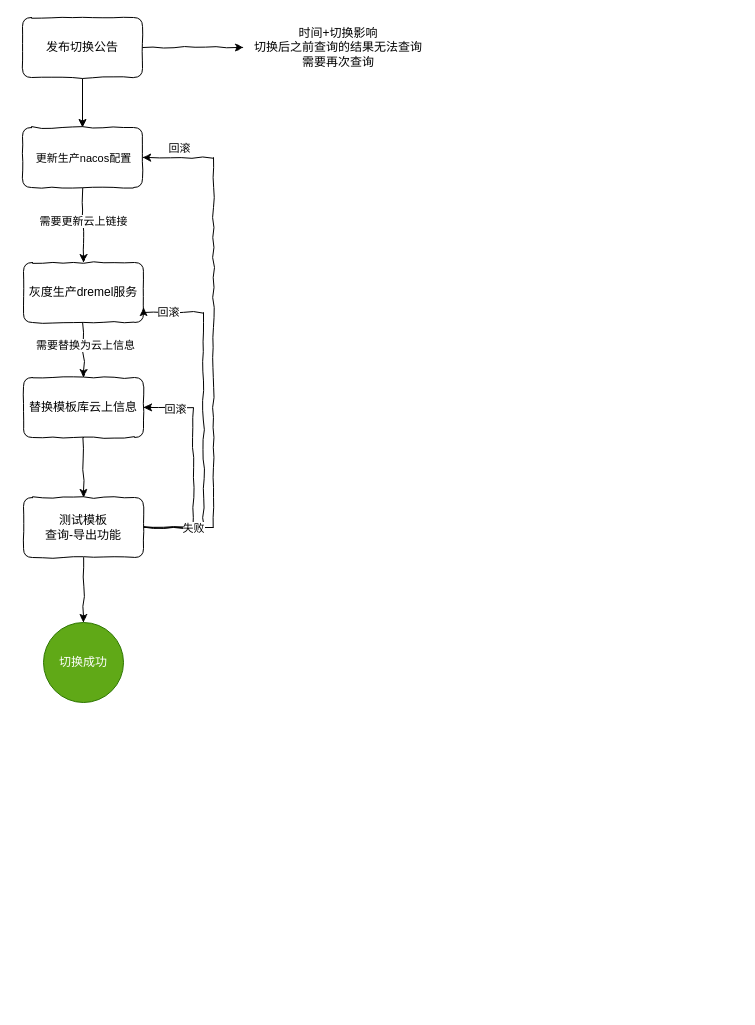
This is src/模版切换.drawio from lillcol/diagrams, a draw.io file, before an edit. Source tidied: cells renumbered, new cells numbered last; positions are measured from the earlier drawing's top-left corner, leaving out a move shared by most shapes. Both pictures are drawn from the tidied source at 100%, with x=0, y=0 at pixel (22, 17).
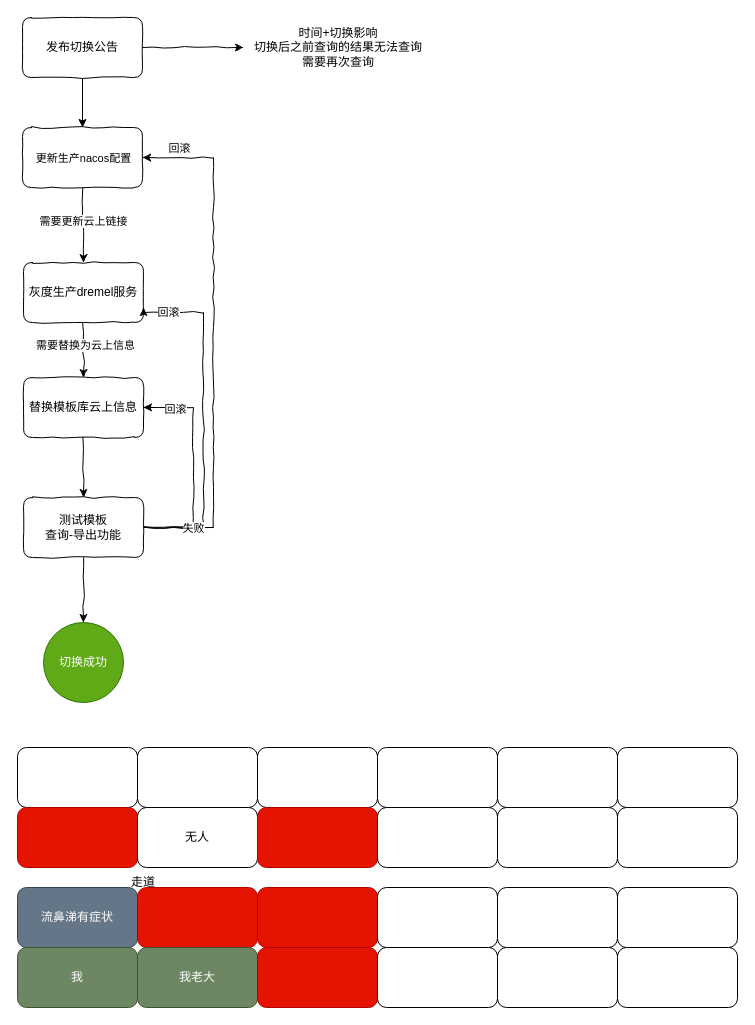
The same diagram, later.

Commit message:
更新模版切换.drawio

The edit, as a diff of the source:
```diff
@@
+    <mxCell id="25" value="流鼻涕有症状" style="rounded=1;whiteSpace=wrap;html=1;fillColor=#647687;fontColor=#ffffff;strokeColor=#314354;" parent="1" vertex="1">
+      <mxGeometry x="-5" y="870" width="120" height="60" as="geometry" />
+    </mxCell>
+    <mxCell id="26" value="我" style="rounded=1;whiteSpace=wrap;html=1;fillColor=#6d8764;fontColor=#ffffff;strokeColor=#3A5431;" parent="1" vertex="1">
+      <mxGeometry x="-5" y="930" width="120" height="60" as="geometry" />
+    </mxCell>
+    <mxCell id="27" style="rounded=1;whiteSpace=wrap;html=1;fillColor=#e51400;fontColor=#ffffff;strokeColor=#B20000;" parent="1" vertex="1">
+      <mxGeometry x="115" y="870" width="120" height="60" as="geometry" />
+    </mxCell>
+    <mxCell id="28" value="我老大" style="rounded=1;whiteSpace=wrap;html=1;fillColor=#6d8764;fontColor=#ffffff;strokeColor=#3A5431;" parent="1" vertex="1">
+      <mxGeometry x="115" y="930" width="120" height="60" as="geometry" />
+    </mxCell>
+    <mxCell id="29" style="rounded=1;whiteSpace=wrap;html=1;fillColor=#e51400;fontColor=#ffffff;strokeColor=#B20000;" parent="1" vertex="1">
+      <mxGeometry x="235" y="870" width="120" height="60" as="geometry" />
+    </mxCell>
+    <mxCell id="30" style="rounded=1;whiteSpace=wrap;html=1;fillColor=#e51400;fontColor=#ffffff;strokeColor=#B20000;" parent="1" vertex="1">
+      <mxGeometry x="235" y="930" width="120" height="60" as="geometry" />
+    </mxCell>
+    <mxCell id="31" style="rounded=1;whiteSpace=wrap;html=1;" parent="1" vertex="1">
+      <mxGeometry x="-5" y="730" width="120" height="60" as="geometry" />
+    </mxCell>
+    <mxCell id="32" style="rounded=1;whiteSpace=wrap;html=1;fillColor=#e51400;fontColor=#ffffff;strokeColor=#B20000;" parent="1" vertex="1">
+      <mxGeometry x="-5" y="790" width="120" height="60" as="geometry" />
+    </mxCell>
+    <mxCell id="33" style="rounded=1;whiteSpace=wrap;html=1;" parent="1" vertex="1">
+      <mxGeometry x="115" y="730" width="120" height="60" as="geometry" />
+    </mxCell>
+    <mxCell id="34" value="无人" style="rounded=1;whiteSpace=wrap;html=1;" parent="1" vertex="1">
+      <mxGeometry x="115" y="790" width="120" height="60" as="geometry" />
+    </mxCell>
+    <mxCell id="35" style="rounded=1;whiteSpace=wrap;html=1;" parent="1" vertex="1">
+      <mxGeometry x="235" y="730" width="120" height="60" as="geometry" />
+    </mxCell>
+    <mxCell id="36" style="rounded=1;whiteSpace=wrap;html=1;fillColor=#e51400;fontColor=#ffffff;strokeColor=#B20000;" parent="1" vertex="1">
+      <mxGeometry x="235" y="790" width="120" height="60" as="geometry" />
+    </mxCell>
+    <mxCell id="37" style="rounded=1;whiteSpace=wrap;html=1;" parent="1" vertex="1">
+      <mxGeometry x="355" y="870" width="120" height="60" as="geometry" />
+    </mxCell>
+    <mxCell id="38" style="rounded=1;whiteSpace=wrap;html=1;" parent="1" vertex="1">
+      <mxGeometry x="355" y="930" width="120" height="60" as="geometry" />
+    </mxCell>
+    <mxCell id="39" style="rounded=1;whiteSpace=wrap;html=1;" parent="1" vertex="1">
+      <mxGeometry x="475" y="870" width="120" height="60" as="geometry" />
+    </mxCell>
+    <mxCell id="40" style="rounded=1;whiteSpace=wrap;html=1;" parent="1" vertex="1">
+      <mxGeometry x="475" y="930" width="120" height="60" as="geometry" />
+    </mxCell>
+    <mxCell id="41" style="rounded=1;whiteSpace=wrap;html=1;" parent="1" vertex="1">
+      <mxGeometry x="595" y="870" width="120" height="60" as="geometry" />
+    </mxCell>
+    <mxCell id="42" style="rounded=1;whiteSpace=wrap;html=1;" parent="1" vertex="1">
+      <mxGeometry x="595" y="930" width="120" height="60" as="geometry" />
+    </mxCell>
+    <mxCell id="43" style="rounded=1;whiteSpace=wrap;html=1;" parent="1" vertex="1">
+      <mxGeometry x="355" y="730" width="120" height="60" as="geometry" />
+    </mxCell>
+    <mxCell id="44" style="rounded=1;whiteSpace=wrap;html=1;" parent="1" vertex="1">
+      <mxGeometry x="355" y="790" width="120" height="60" as="geometry" />
+    </mxCell>
+    <mxCell id="45" style="rounded=1;whiteSpace=wrap;html=1;" parent="1" vertex="1">
+      <mxGeometry x="475" y="730" width="120" height="60" as="geometry" />
+    </mxCell>
+    <mxCell id="46" style="rounded=1;whiteSpace=wrap;html=1;" parent="1" vertex="1">
+      <mxGeometry x="475" y="790" width="120" height="60" as="geometry" />
+    </mxCell>
+    <mxCell id="47" style="rounded=1;whiteSpace=wrap;html=1;" parent="1" vertex="1">
+      <mxGeometry x="595" y="730" width="120" height="60" as="geometry" />
+    </mxCell>
+    <mxCell id="48" style="rounded=1;whiteSpace=wrap;html=1;" parent="1" vertex="1">
+      <mxGeometry x="595" y="790" width="120" height="60" as="geometry" />
+    </mxCell>
+    <mxCell id="49" value="走道" style="text;strokeColor=none;align=center;fillColor=none;html=1;verticalAlign=middle;whiteSpace=wrap;rounded=0;" parent="1" vertex="1">
+      <mxGeometry x="91" y="850" width="60" height="30" as="geometry" />
+    </mxCell>
```
